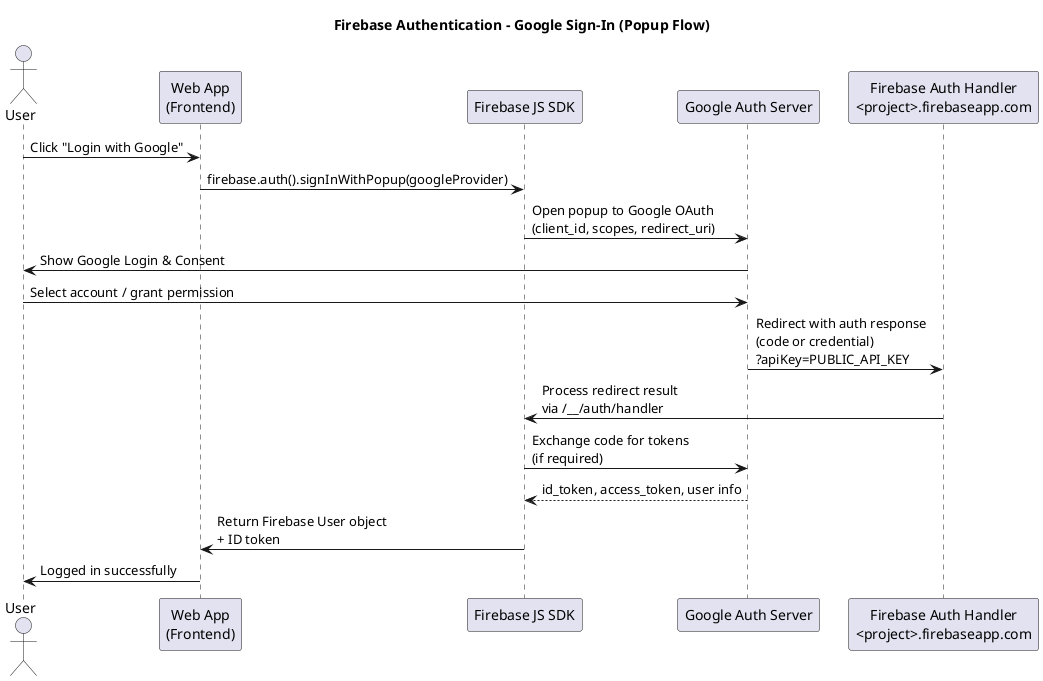
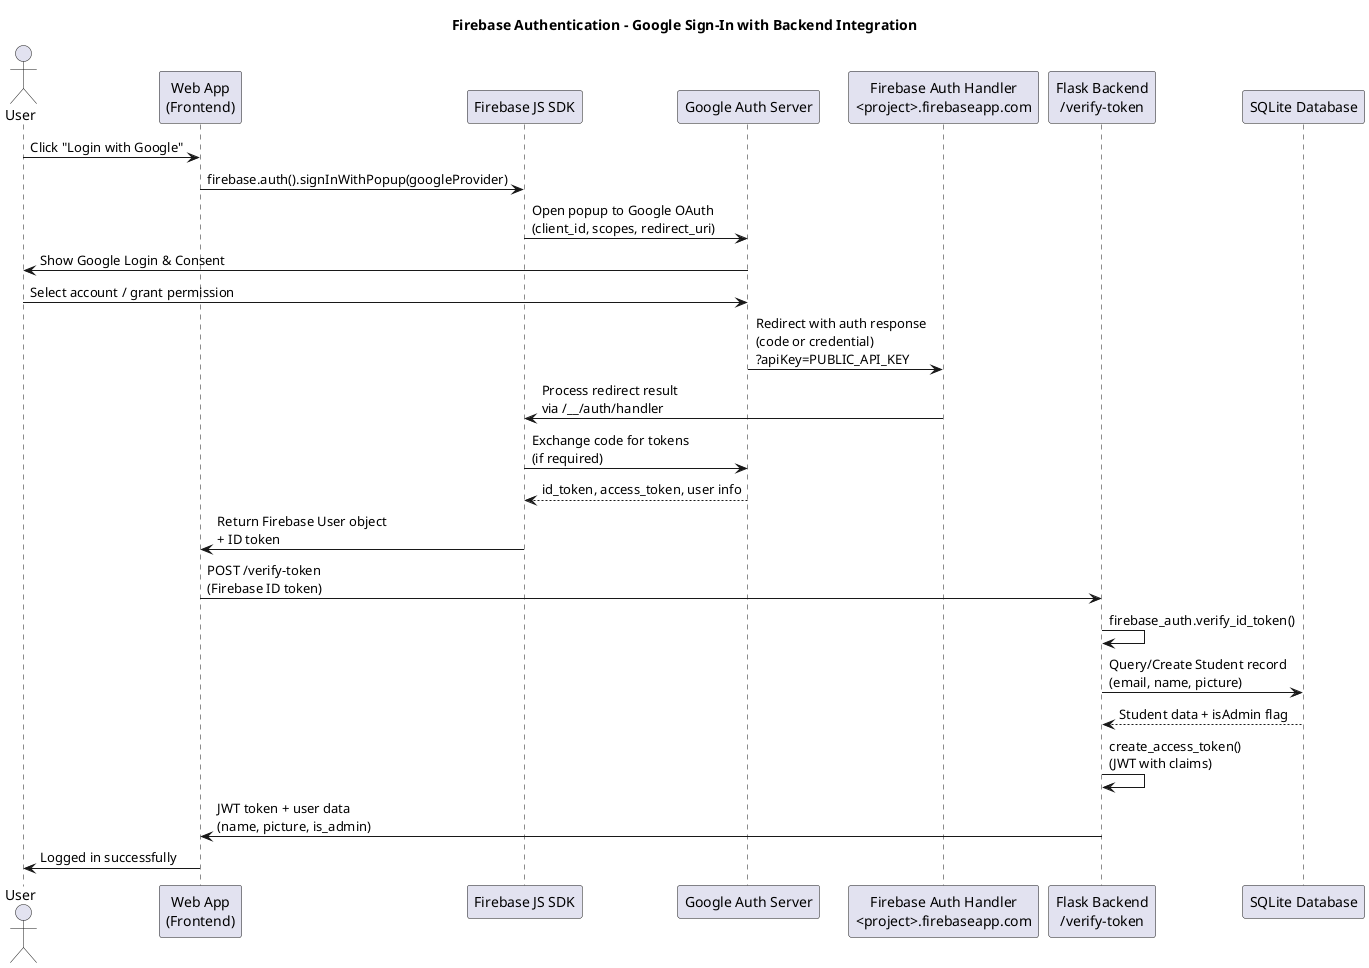
@startuml
- title Firebase Authentication - Google Sign-In (Popup Flow)
+ title Firebase Authentication - Google Sign-In with Backend Integration

actor User
participant "Web App\n(Frontend)" as App
participant "Firebase JS SDK" as FirebaseSDK
participant "Google Auth Server" as Google
participant "Firebase Auth Handler\n<project>.firebaseapp.com" as Handler
+ participant "Flask Backend\n/verify-token" as Backend
+ participant "SQLite Database" as DB

User -> App: Click "Login with Google"
App -> FirebaseSDK: firebase.auth().signInWithPopup(googleProvider)

FirebaseSDK -> Google: Open popup to Google OAuth\n(client_id, scopes, redirect_uri)

Google -> User: Show Google Login & Consent
User -> Google: Select account / grant permission

Google -> Handler: Redirect with auth response\n(code or credential)\n?apiKey=PUBLIC_API_KEY
Handler -> FirebaseSDK: Process redirect result\nvia /__/auth/handler

FirebaseSDK -> Google: Exchange code for tokens\n(if required)
Google --> FirebaseSDK: id_token, access_token, user info

FirebaseSDK -> App: Return Firebase User object\n+ ID token
+ App -> Backend: POST /verify-token\n(Firebase ID token)
+ 
+ Backend -> Backend: firebase_auth.verify_id_token()
+ Backend -> DB: Query/Create Student record\n(email, name, picture)
+ DB --> Backend: Student data + isAdmin flag
+ 
+ Backend -> Backend: create_access_token()\n(JWT with claims)
+ Backend -> App: JWT token + user data\n(name, picture, is_admin)
+ 
App -> User: Logged in successfully
@enduml